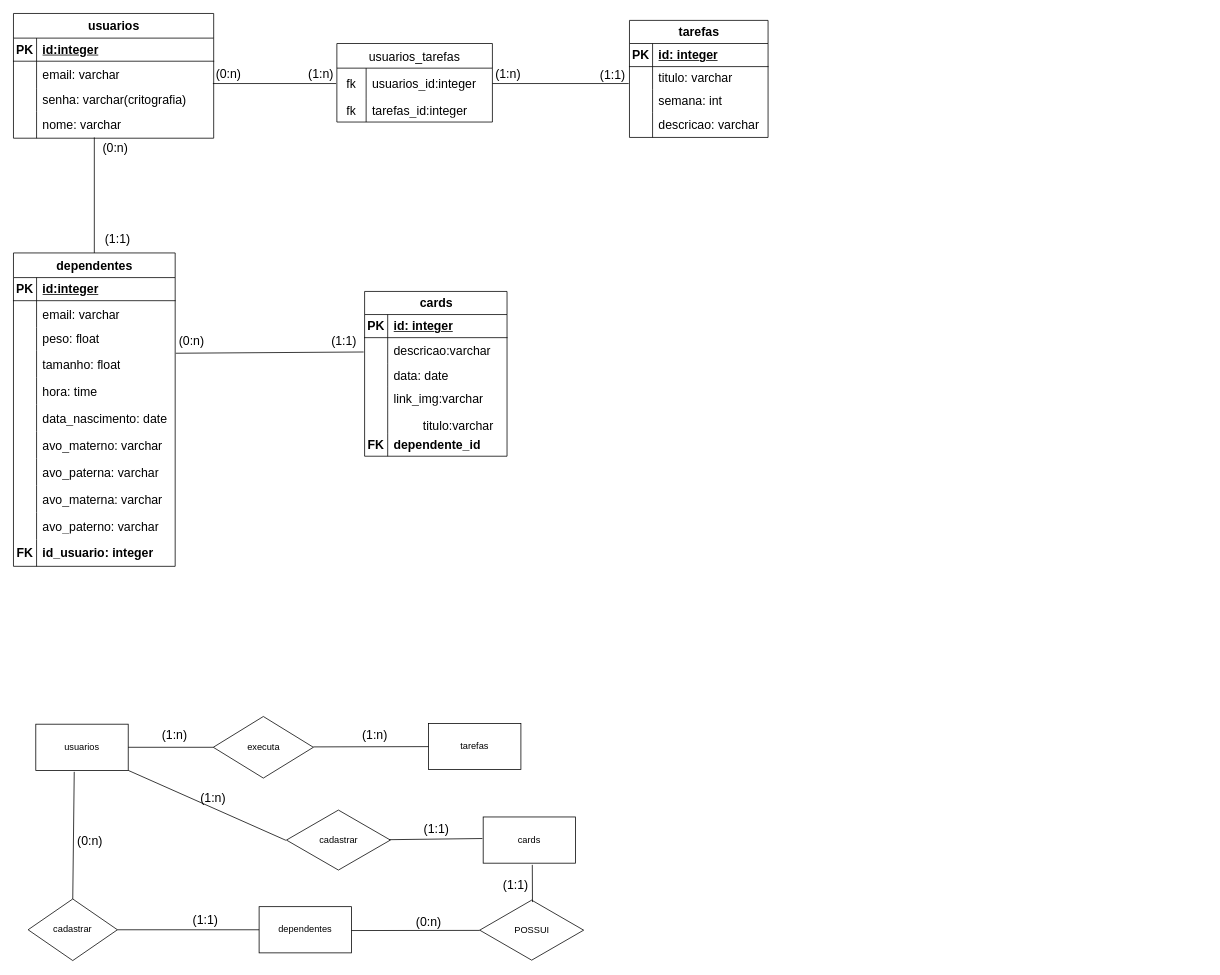
Above: Diagrama sem nome.drawio in manuely32/projeto_integrador_grupo_7 (draw.io), before the change. Source tidied: cells renumbered, new cells numbered last; positions are measured from the earlier drawing's top-left corner, leaving out a move shared by most shapes. Both pictures are drawn from the tidied source at 77%, with x=0, y=0 at pixel (13, 13).
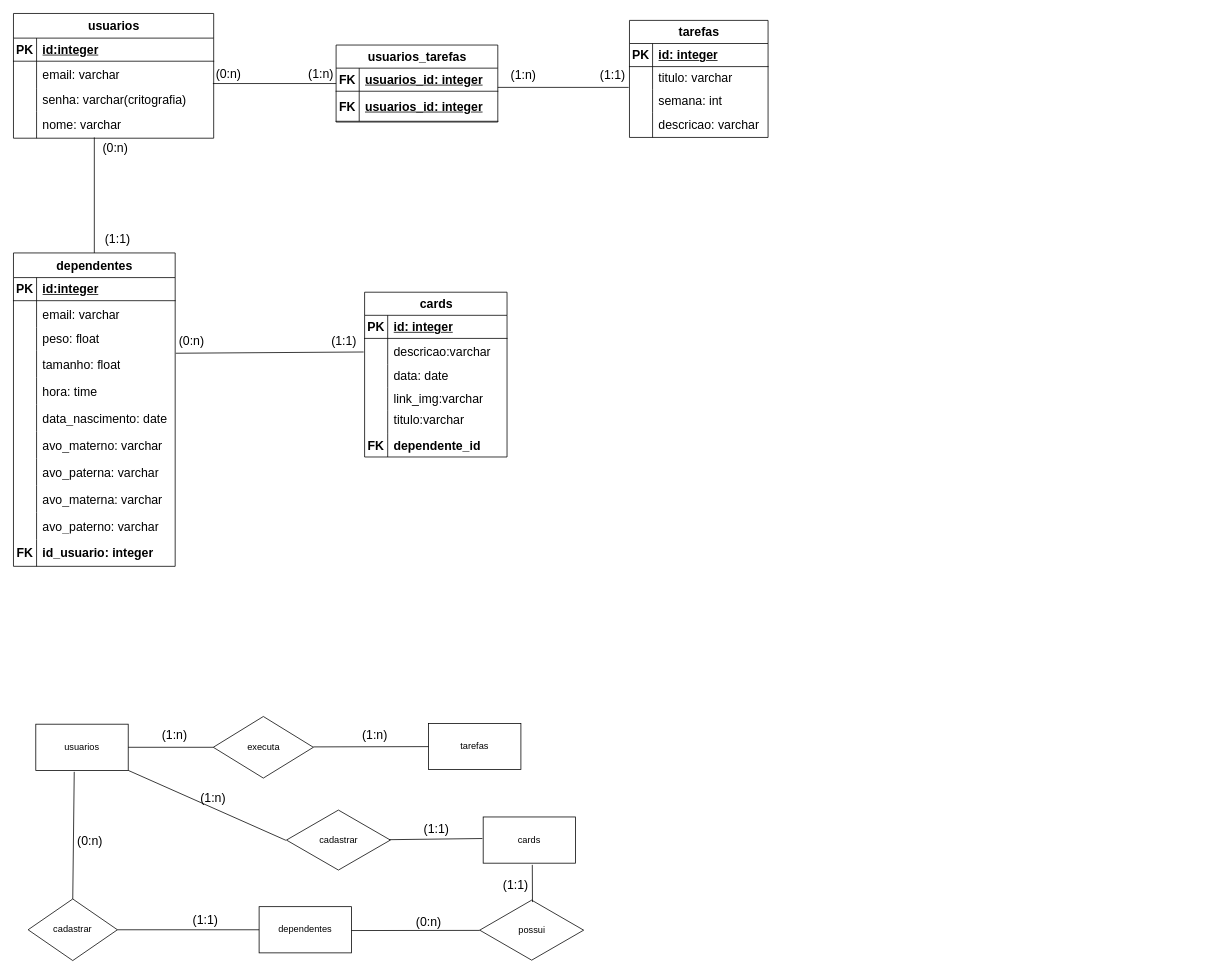
The same diagram, later.

The edit, as a diff of the source:
```diff
@@
-    <mxCell id="29" value="usuarios_tarefas" style="shape=table;startSize=32;childLayout=tableLayout;rowLines=0;fontStyle=0;strokeColor=default;fontSize=16;" parent="1" vertex="1">
-      <mxGeometry x="420" y="39" width="202" height="102" as="geometry" />
-    </mxCell>
-    <mxCell id="30" style="shape=tableRow;horizontal=0;startSize=0;swimlaneHead=0;swimlaneBody=0;top=0;left=0;bottom=0;right=0;fillColor=none;points=[[0,0.5],[1,0.5]];portConstraint=eastwest;strokeColor=inherit;fontSize=16;" parent="29" vertex="1">
-      <mxGeometry y="32" width="202" height="40" as="geometry" />
-    </mxCell>
-    <mxCell id="31" value="fk" style="shape=partialRectangle;html=1;whiteSpace=wrap;fillColor=none;top=0;left=0;bottom=0;right=0;overflow=hidden;strokeColor=inherit;fontSize=16;" parent="30" vertex="1">
-      <mxGeometry width="38" height="40" as="geometry" />
-    </mxCell>
-    <mxCell id="32" value="&lt;font style=&quot;font-size: 16px;&quot;&gt;usuarios_id:integer&lt;/font&gt;" style="shape=partialRectangle;html=1;whiteSpace=wrap;fillColor=none;top=0;left=0;bottom=0;right=0;align=left;spacingLeft=6;overflow=hidden;strokeColor=inherit;fontSize=16;" parent="30" vertex="1">
-      <mxGeometry x="38" width="164" height="40" as="geometry" />
-    </mxCell>
-    <mxCell id="33" style="shape=tableRow;horizontal=0;startSize=0;swimlaneHead=0;swimlaneBody=0;top=0;left=0;bottom=0;right=0;fillColor=none;strokeColor=inherit;fontSize=16;" parent="29" vertex="1">
-      <mxGeometry y="72" width="202" height="30" as="geometry" />
-    </mxCell>
-    <mxCell id="34" value="fk" style="shape=partialRectangle;html=1;whiteSpace=wrap;fillColor=none;top=0;left=0;bottom=0;right=0;overflow=hidden;strokeColor=inherit;fontSize=16;" parent="33" vertex="1">
-      <mxGeometry width="38" height="30" as="geometry" />
-    </mxCell>
-    <mxCell id="35" value="tarefas_id:integer" style="shape=partialRectangle;html=1;whiteSpace=wrap;fillColor=none;top=0;left=0;bottom=0;right=0;align=left;spacingLeft=6;overflow=hidden;strokeColor=inherit;fontSize=16;" parent="33" vertex="1">
-      <mxGeometry x="38" width="164" height="30" as="geometry" />
-    </mxCell>
-    <mxCell id="36" style="edgeStyle=none;curved=1;rounded=0;orthogonalLoop=1;jettySize=auto;html=1;entryX=0;entryY=0.5;entryDx=0;entryDy=0;fontSize=12;startSize=8;endSize=8;" parent="29" edge="1">
-      <mxGeometry relative="1" as="geometry">
-        <mxPoint y="112" as="sourcePoint" />
-        <mxPoint y="112" as="targetPoint" />
-      </mxGeometry>
-    </mxCell>
@@
     <mxCell id="52" value="(1:n)" style="text;html=1;align=center;verticalAlign=middle;strokeColor=none;fillColor=none;fontSize=16;" parent="1" vertex="1">
-      <mxGeometry x="612" y="63" width="60" height="30" as="geometry" />
+      <mxGeometry x="632" y="64" width="60" height="30" as="geometry" />
     </mxCell>
     <mxCell id="53" value="(1:1)" style="text;html=1;align=center;verticalAlign=middle;strokeColor=none;fillColor=none;fontSize=16;" parent="1" vertex="1">
-      <mxGeometry x="748" y="64" width="60" height="30" as="geometry" />
+      <mxGeometry x="748" y="65" width="60" height="30" as="geometry" />
     </mxCell>
@@
     <mxCell id="58" value="&lt;font style=&quot;font-size: 16px;&quot;&gt;cards&lt;/font&gt;" style="shape=table;startSize=30;childLayout=tableLayout;rowLines=0;fontStyle=1;align=center;html=1;" parent="1" vertex="1">
-      <mxGeometry x="456" y="361" width="185" height="214" as="geometry" />
+      <mxGeometry x="456" y="362" width="185" height="214" as="geometry" />
     </mxCell>
@@
-    <mxCell id="77" value="POSSUI" style="html=1;whiteSpace=wrap;shape=isoRectangle;" parent="1" vertex="1">
+    <mxCell id="77" value="possui" style="html=1;whiteSpace=wrap;shape=isoRectangle;" parent="1" vertex="1">
       <mxGeometry x="605.5" y="1150" width="135" height="81" as="geometry" />
     </mxCell>
@@
     <mxCell id="117" value="&lt;font style=&quot;font-size: 16px;&quot;&gt;titulo:varchar&lt;/font&gt;" style="shape=partialRectangle;fillColor=none;top=0;left=0;bottom=0;right=0;align=left;spacingLeft=6;overflow=hidden;whiteSpace=wrap;html=1;" parent="1" vertex="1">
-      <mxGeometry x="524" y="521" width="170" height="30" as="geometry" />
+      <mxGeometry x="486" y="513" width="170" height="30" as="geometry" />
     </mxCell>
-    <mxCell id="118" style="endArrow=none;html=1;rounded=0;exitX=1;exitY=0.5;exitDx=0;exitDy=0;" parent="1" edge="1" source="30">
+    <mxCell id="118" style="endArrow=none;html=1;rounded=0;exitX=1;exitY=0.833;exitDx=0;exitDy=0;exitPerimeter=0;" parent="1" edge="1" source="127">
       <mxGeometry relative="1" as="geometry">
-        <mxPoint x="799" y="91" as="targetPoint" />
+        <mxPoint x="799" y="96" as="targetPoint" />
       </mxGeometry>
     </mxCell>
@@
+    <mxCell id="29" value="&lt;font style=&quot;font-size: 16px;&quot;&gt;usuarios_tarefas&lt;/font&gt;" style="shape=table;startSize=30;childLayout=tableLayout;rowLines=0;fontStyle=1;align=center;html=1;" parent="1" vertex="1">
+      <mxGeometry x="419" y="41" width="210" height="100" as="geometry" />
+    </mxCell>
+    <mxCell id="127" style="shape=tableRow;horizontal=0;startSize=0;swimlaneHead=0;swimlaneBody=0;fillColor=none;points=[[0,0.5],[1,0.5]];portConstraint=eastwest;top=0;left=0;right=0;bottom=1;" parent="29" vertex="1">
+      <mxGeometry y="30" width="210" height="30" as="geometry" />
+    </mxCell>
+    <mxCell id="128" value="&lt;span style=&quot;font-size: 16px;&quot;&gt;FK&lt;/span&gt;" style="shape=partialRectangle;fillColor=none;top=0;left=0;bottom=0;right=0;fontStyle=1;overflow=hidden;whiteSpace=wrap;html=1;" parent="127" vertex="1">
+      <mxGeometry width="30" height="30" as="geometry" />
+    </mxCell>
+    <mxCell id="129" value="&lt;span style=&quot;font-size: 16px;&quot;&gt;usuarios_id: integer&lt;/span&gt;" style="shape=partialRectangle;fillColor=none;top=0;left=0;bottom=0;right=0;align=left;spacingLeft=6;fontStyle=5;overflow=hidden;whiteSpace=wrap;html=1;" parent="127" vertex="1">
+      <mxGeometry x="30" width="180" height="30" as="geometry" />
+    </mxCell>
+    <mxCell id="130" style="shape=tableRow;horizontal=0;startSize=0;swimlaneHead=0;swimlaneBody=0;fillColor=none;top=0;left=0;right=0;bottom=1;" parent="29" vertex="1">
+      <mxGeometry y="60" width="210" height="39" as="geometry" />
+    </mxCell>
+    <mxCell id="131" value="&lt;span style=&quot;font-size: 16px;&quot;&gt;FK&lt;/span&gt;" style="shape=partialRectangle;fillColor=none;top=0;left=0;bottom=0;right=0;fontStyle=1;overflow=hidden;whiteSpace=wrap;html=1;" parent="130" vertex="1">
+      <mxGeometry width="30" height="39" as="geometry" />
+    </mxCell>
+    <mxCell id="132" value="&lt;span style=&quot;font-size: 16px;&quot;&gt;usuarios_id: integer&lt;/span&gt;" style="shape=partialRectangle;fillColor=none;top=0;left=0;bottom=0;right=0;align=left;spacingLeft=6;fontStyle=5;overflow=hidden;whiteSpace=wrap;html=1;" parent="130" vertex="1">
+      <mxGeometry x="30" width="180" height="39" as="geometry" />
+    </mxCell>
```
